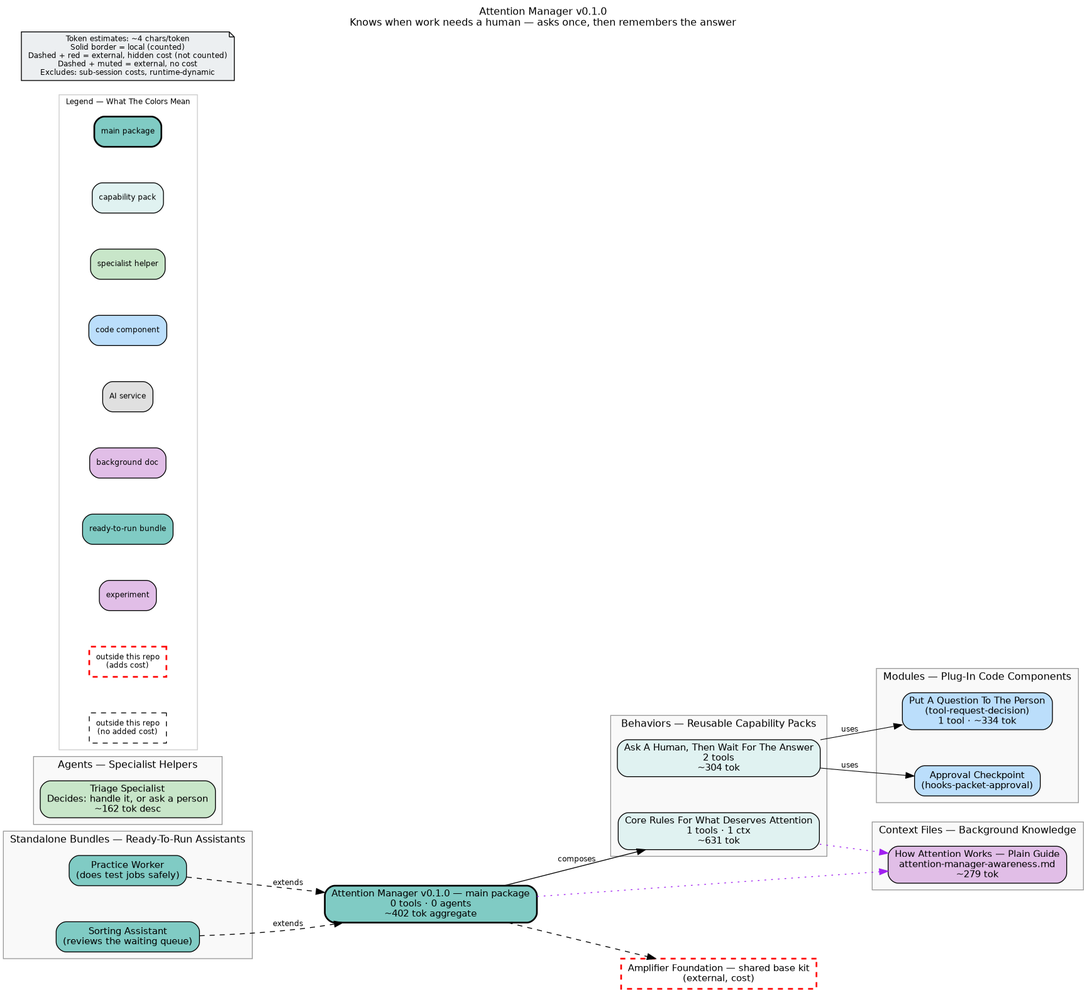
Earlier version of the Graphviz export bundle.png (bkrabach/amplifier-attention-manager). Its source is kept beside it as bundle.dot.
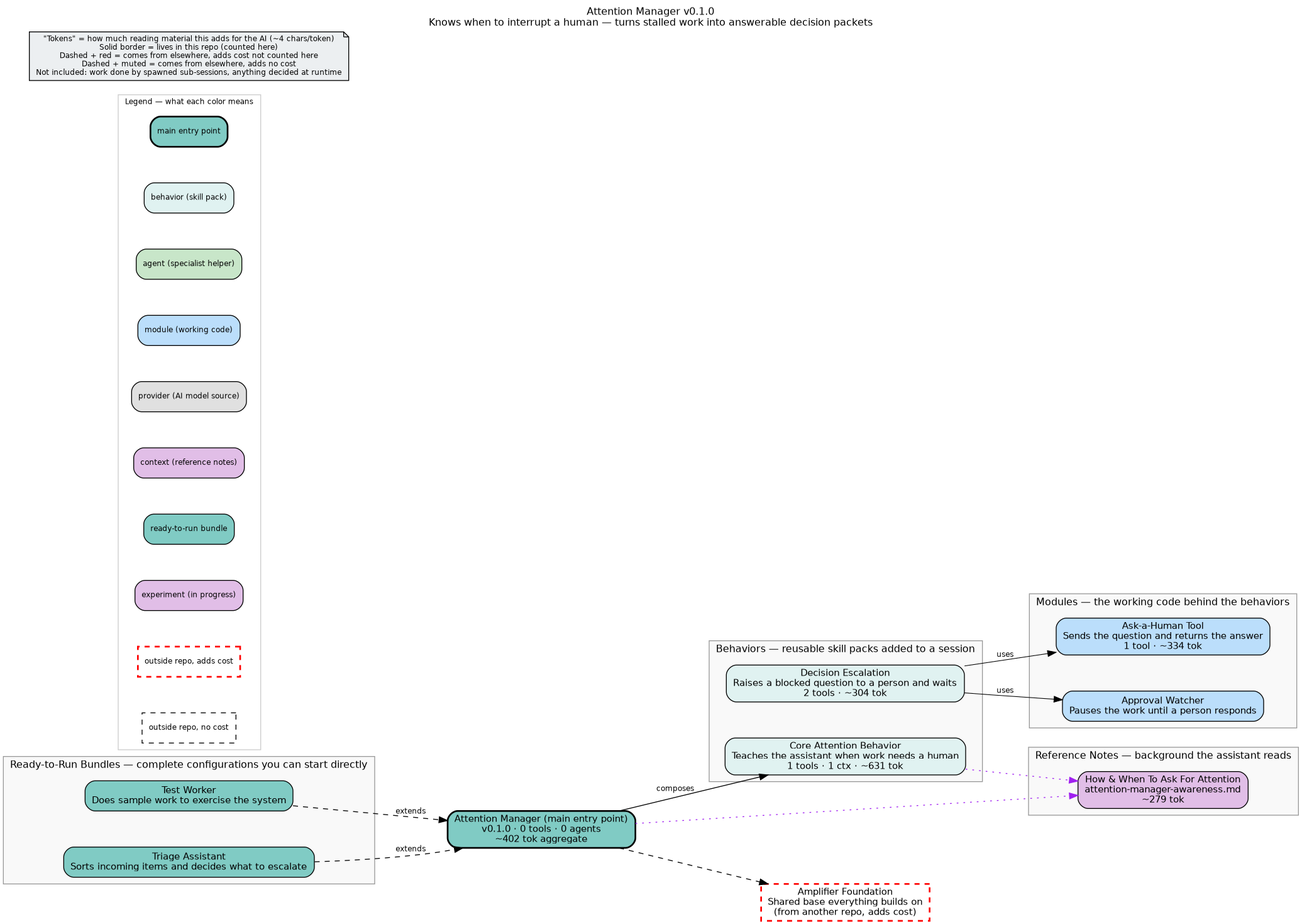
The same diagram one commit later.

Commit message:
docs(bundle): refresh diagrams after agents/triage.md removal

🤖 Generated with [Amplifier](https://github.com/microsoft/amplifier)

Change to the diagram source:
```diff
@@ -1,90 +1,82 @@
+
 digraph attention_manager {
     rankdir=LR
     fontname="Helvetica"
     fontsize=12
-    label="Attention Manager v0.1.0\nKnows when work needs a human — asks once, then remembers the answer"
+    label="Attention Manager v0.1.0\nKnows when to interrupt a human — turns stalled work into answerable decision packets"
     labelloc=t
     labeljust=c
     nodesep=0.6
     ranksep=0.7
     bgcolor="white"
-    source_hash="bedd84018daa4f3f47904539ae9147dd490ae441a751e3d8a068142d81a5b0c3"
+    source_hash="c19e9411fa1dc4064ecf70948cc8f2db1b259a15d821da1c7c435e58b81fbe43"
 
     node [fontname="Helvetica", fontsize=11, style="filled,rounded"]
     edge [fontname="Helvetica", fontsize=9]
 
-    root_attention_manager [label="Attention Manager v0.1.0 — main package\n0 tools · 0 agents\n~402 tok aggregate", shape=box, fillcolor="#80cbc4", style="filled,rounded,bold", penwidth=2]
+    root_attention_manager [label="Attention Manager (main entry point)\nv0.1.0 · 0 tools · 0 agents\n~402 tok aggregate", shape=box, fillcolor="#80cbc4", style="filled,rounded,bold", penwidth=2]
 
     subgraph cluster_behaviors {
-        label="Behaviors — Reusable Capability Packs"
+        label="Behaviors — reusable skill packs added to a session"
         style="filled"
         fillcolor="#f9f9f9"
         color="#999999"
 
-        beh_attention_manager_behavior [label="Core Rules For What Deserves Attention\n1 tools · 1 ctx\n~631 tok", shape=box, fillcolor="#e0f2f1", style="filled,rounded"]
-        beh_packet_escalation [label="Ask A Human, Then Wait For The Answer\n2 tools\n~304 tok", shape=box, fillcolor="#e0f2f1", style="filled,rounded"]
+        beh_attention_manager_behavior [label="Core Attention Behavior\nTeaches the assistant when work needs a human\n1 tools · 1 ctx · ~631 tok", shape=box, fillcolor="#e0f2f1", style="filled,rounded"]
+        beh_packet_escalation [label="Decision Escalation\nRaises a blocked question to a person and waits\n2 tools · ~304 tok", shape=box, fillcolor="#e0f2f1", style="filled,rounded"]
     }
 
     subgraph cluster_standalones {
-        label="Standalone Bundles — Ready-To-Run Assistants"
+        label="Ready-to-Run Bundles — complete configurations you can start directly"
         style="filled"
         fillcolor="#f9f9f9"
         color="#999999"
 
-        sta_attention_test_worker [label="Practice Worker\n(does test jobs safely)", shape=box, fillcolor="#80cbc4", style="filled,rounded"]
-        sta_attention_triage [label="Sorting Assistant\n(reviews the waiting queue)", shape=box, fillcolor="#80cbc4", style="filled,rounded"]
+        sta_attention_test_worker [label="Test Worker\nDoes sample work to exercise the system", shape=box, fillcolor="#80cbc4", style="filled,rounded"]
+        sta_attention_triage [label="Triage Assistant\nSorts incoming items and decides what to escalate", shape=box, fillcolor="#80cbc4", style="filled,rounded"]
     }
 
-    subgraph cluster_agents {
-        label="Agents — Specialist Helpers"
+    subgraph cluster_modules {
+        label="Modules — the working code behind the behaviors"
         style="filled"
         fillcolor="#f9f9f9"
         color="#999999"
 
-        agt_triage [label="Triage Specialist\nDecides: handle it, or ask a person\n~162 tok desc", shape=box, fillcolor="#c8e6c9", style="filled,rounded"]
+        mod_hooks_packet_approval [label="Approval Watcher\nPauses the work until a person responds", shape=box, fillcolor="#bbdefb", style="filled,rounded"]
+        mod_tool_request_decision [label="Ask-a-Human Tool\nSends the question and returns the answer\n1 tool · ~334 tok", shape=box, fillcolor="#bbdefb", style="filled,rounded"]
     }
 
-    subgraph cluster_modules {
-        label="Modules — Plug-In Code Components"
+    subgraph cluster_context {
+        label="Reference Notes — background the assistant reads"
         style="filled"
         fillcolor="#f9f9f9"
         color="#999999"
 
-        mod_hooks_packet_approval [label="Approval Checkpoint\n(hooks-packet-approval)", shape=box, fillcolor="#bbdefb", style="filled,rounded"]
-        mod_tool_request_decision [label="Put A Question To The Person\n(tool-request-decision)\n1 tool · ~334 tok", shape=box, fillcolor="#bbdefb", style="filled,rounded"]
-    }
-
-    subgraph cluster_context {
-        label="Context Files — Background Knowledge"
-        style="filled"
-        fillcolor="#f9f9f9"
-        color="#999999"
-
-        ctx_attention_manager_awareness_md [label="How Attention Works — Plain Guide\nattention-manager-awareness.md\n~279 tok", shape=box, fillcolor="#e1bee7", style="filled,rounded"]
+        ctx_attention_manager_awareness_md [label="How & When To Ask For Attention\nattention-manager-awareness.md\n~279 tok", shape=box, fillcolor="#e1bee7", style="filled,rounded"]
     }
 
     subgraph cluster_legend {
-        label="Legend — What The Colors Mean"
+        label="Legend — what each color means"
         style="filled"
         fillcolor="white"
         color="#cccccc"
         fontsize=9
 
-        leg_root [label="main package", shape=box, fillcolor="#80cbc4", style="filled,rounded,bold", fontsize=9]
-        leg_behavior [label="capability pack", shape=box, fillcolor="#e0f2f1", style="filled,rounded", fontsize=9]
-        leg_agent [label="specialist helper", shape=box, fillcolor="#c8e6c9", style="filled,rounded", fontsize=9]
-        leg_module [label="code component", shape=box, fillcolor="#bbdefb", style="filled,rounded", fontsize=9]
-        leg_provider [label="AI service", shape=box, fillcolor="#e0e0e0", style="filled,rounded", fontsize=9]
-        leg_context [label="background doc", shape=box, fillcolor="#e1bee7", style="filled,rounded", fontsize=9]
+        leg_root [label="main entry point", shape=box, fillcolor="#80cbc4", style="filled,rounded,bold", fontsize=9]
+        leg_behavior [label="behavior (skill pack)", shape=box, fillcolor="#e0f2f1", style="filled,rounded", fontsize=9]
+        leg_agent [label="agent (specialist helper)", shape=box, fillcolor="#c8e6c9", style="filled,rounded", fontsize=9]
+        leg_module [label="module (working code)", shape=box, fillcolor="#bbdefb", style="filled,rounded", fontsize=9]
+        leg_provider [label="provider (AI model source)", shape=box, fillcolor="#e0e0e0", style="filled,rounded", fontsize=9]
+        leg_context [label="context (reference notes)", shape=box, fillcolor="#e1bee7", style="filled,rounded", fontsize=9]
         leg_standalone [label="ready-to-run bundle", shape=box, fillcolor="#80cbc4", style="filled,rounded", fontsize=9]
-        leg_experiment [label="experiment", shape=box, fillcolor="#e1bee7", style="filled,rounded", fontsize=9]
-        leg_ext_cost [label="outside this repo\n(adds cost)", shape=box, fillcolor="#80cbc4", style="dashed", color="red", penwidth=2, fontsize=9]
-        leg_ext_muted [label="outside this repo\n(no added cost)", shape=box, fillcolor="#f5f5f5", style="dashed", fontsize=9]
+        leg_experiment [label="experiment (in progress)", shape=box, fillcolor="#e1bee7", style="filled,rounded", fontsize=9]
+        leg_ext_cost [label="outside repo, adds cost", shape=box, fillcolor="#80cbc4", style="dashed", color="red", penwidth=2, fontsize=9]
+        leg_ext_muted [label="outside repo, no cost", shape=box, fillcolor="#f5f5f5", style="dashed", fontsize=9]
     }
 
-    disclaimer [label="Token estimates: ~4 chars/token\nSolid border = local (counted)\nDashed + red = external, hidden cost (not counted)\nDashed + muted = external, no cost\nExcludes: sub-session costs, runtime-dynamic", shape=note, fillcolor="#eceff1", style="filled", fontsize=9]
+    disclaimer [label="\"Tokens\" = how much reading material this adds for the AI (~4 chars/token)\nSolid border = lives in this repo (counted here)\nDashed + red = comes from elsewhere, adds cost not counted here\nDashed + muted = comes from elsewhere, adds no cost\nNot included: work done by spawned sub-sessions, anything decided at runtime", shape=note, fillcolor="#eceff1", style="filled", fontsize=9]
 
-    ext_githttps___github_com_microsoft_amplifier_foundation_main [label="Amplifier Foundation — shared base kit\n(external, cost)", shape=box, fillcolor="#80cbc4", style="dashed", color="red", penwidth=2]
+    ext_githttps___github_com_microsoft_amplifier_foundation_main [label="Amplifier Foundation\nShared base everything builds on\n(from another repo, adds cost)", shape=box, fillcolor="#80cbc4", style="dashed", color="red", penwidth=2]
 
     root_attention_manager -> ext_githttps___github_com_microsoft_amplifier_foundation_main [style=dashed]
     root_attention_manager -> beh_attention_manager_behavior [label="composes"]
```
